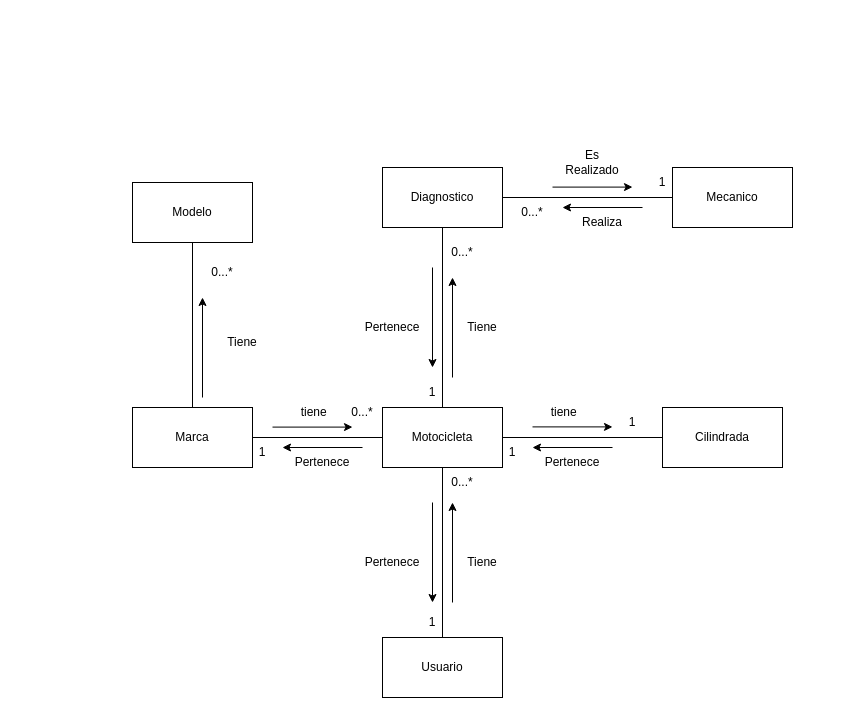
Above: contexto acotado 2.drawio in EstebanGitPro/Digramas (draw.io), before the change. Source tidied: cells renumbered, new cells numbered last; positions are measured from the earlier drawing's top-left corner, leaving out a move shared by most shapes. Both pictures are drawn from the tidied source at 100%, with x=0, y=0 at pixel (132, 147).
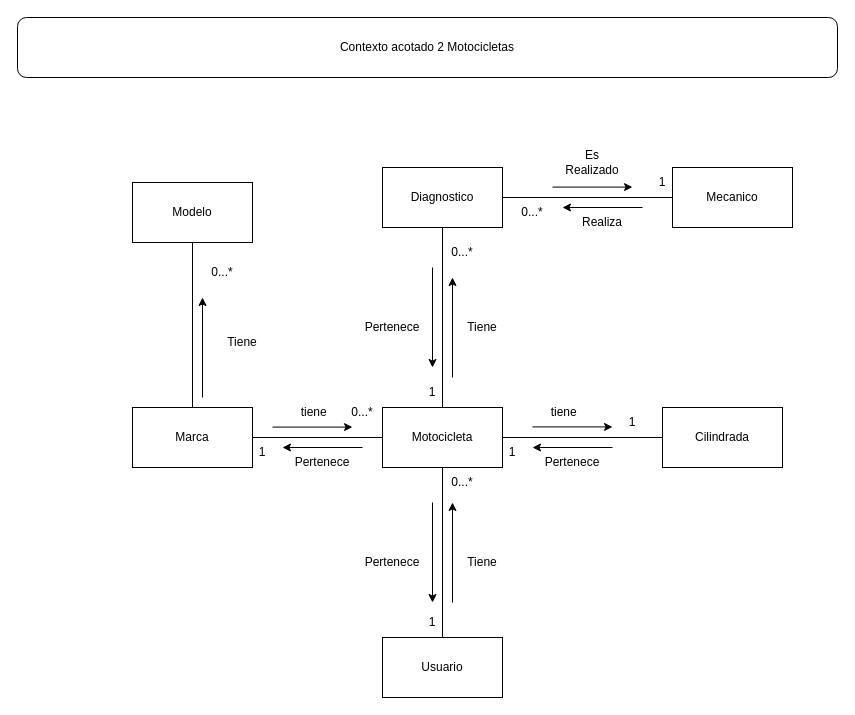
Above is the later version.

Diff of the diagram source:
```diff
@@
+    <mxCell id="48" value="Contexto acotado 2 Motocicletas" style="rounded=1;whiteSpace=wrap;html=1;" parent="1" vertex="1">
+      <mxGeometry x="-115" y="-130" width="820" height="60" as="geometry" />
+    </mxCell>
```
